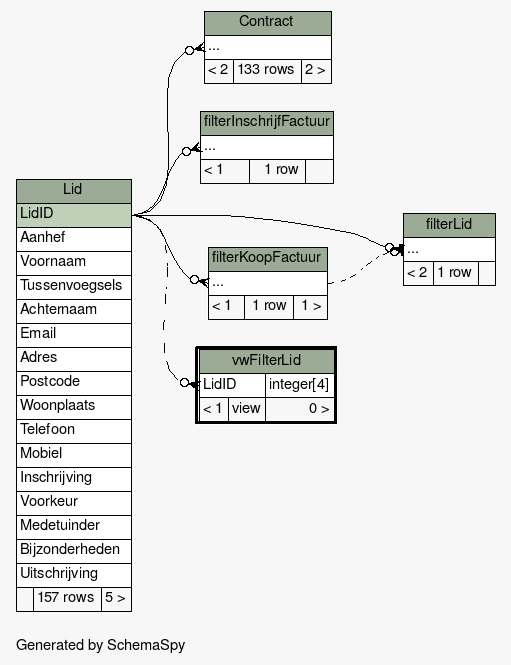
Before: db-schema-docs/diagrams/vwFilterLid.implied2degrees.png, a diagram exported from Graphviz (slspeek/ona-volkstuin). Its source is kept beside it as db-schema-docs/diagrams/vwFilterLid.implied2degrees.dot.
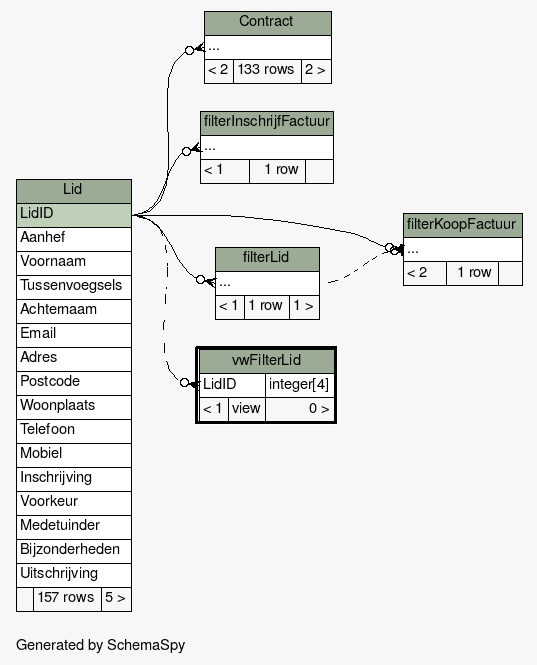
After the commit.

Change to the diagram source:
```diff
@@ -19,8 +19,8 @@
   ];
   "Contract":"elipses":w -> "Lid":"LidID":e [arrowhead=none dir=back arrowtail=crowodot];
   "filterInschrijfFactuur":"elipses":w -> "Lid":"LidID":e [arrowhead=none dir=back arrowtail=crowodot];
+  "filterKoopFactuur":"elipses":w -> "filterLid":"elipses":e [arrowhead=none dir=back arrowtail=teeodot style=dashed];
   "filterKoopFactuur":"elipses":w -> "Lid":"LidID":e [arrowhead=none dir=back arrowtail=crowodot];
-  "filterLid":"elipses":w -> "filterKoopFactuur":"elipses":e [arrowhead=none dir=back arrowtail=teeodot style=dashed];
   "filterLid":"elipses":w -> "Lid":"LidID":e [arrowhead=none dir=back arrowtail=crowodot];
   "vwFilterLid":"LidID":w -> "Lid":"LidID":e [arrowhead=none dir=back arrowtail=crowodot style=dashed];
   "Contract" [
@@ -48,7 +48,7 @@
     <TABLE BORDER="0" CELLBORDER="1" CELLSPACING="0" BGCOLOR="#ffffff">
       <TR><TD COLSPAN="3" BGCOLOR="#9bab96" ALIGN="CENTER">filterKoopFactuur</TD></TR>
       <TR><TD PORT="elipses" COLSPAN="3" ALIGN="LEFT">...</TD></TR>
-      <TR><TD ALIGN="LEFT" BGCOLOR="#f7f7f7">&lt; 1</TD><TD ALIGN="RIGHT" BGCOLOR="#f7f7f7">1 row</TD><TD ALIGN="RIGHT" BGCOLOR="#f7f7f7">1 &gt;</TD></TR>
+      <TR><TD ALIGN="LEFT" BGCOLOR="#f7f7f7">&lt; 2</TD><TD ALIGN="RIGHT" BGCOLOR="#f7f7f7">1 row</TD><TD ALIGN="RIGHT" BGCOLOR="#f7f7f7">  </TD></TR>
     </TABLE>>
     URL="filterKoopFactuur.html"
     tooltip="filterKoopFactuur"
@@ -58,7 +58,7 @@
     <TABLE BORDER="0" CELLBORDER="1" CELLSPACING="0" BGCOLOR="#ffffff">
       <TR><TD COLSPAN="3" BGCOLOR="#9bab96" ALIGN="CENTER">filterLid</TD></TR>
       <TR><TD PORT="elipses" COLSPAN="3" ALIGN="LEFT">...</TD></TR>
-      <TR><TD ALIGN="LEFT" BGCOLOR="#f7f7f7">&lt; 2</TD><TD ALIGN="RIGHT" BGCOLOR="#f7f7f7">1 row</TD><TD ALIGN="RIGHT" BGCOLOR="#f7f7f7">  </TD></TR>
+      <TR><TD ALIGN="LEFT" BGCOLOR="#f7f7f7">&lt; 1</TD><TD ALIGN="RIGHT" BGCOLOR="#f7f7f7">1 row</TD><TD ALIGN="RIGHT" BGCOLOR="#f7f7f7">1 &gt;</TD></TR>
     </TABLE>>
     URL="filterLid.html"
     tooltip="filterLid"
```
